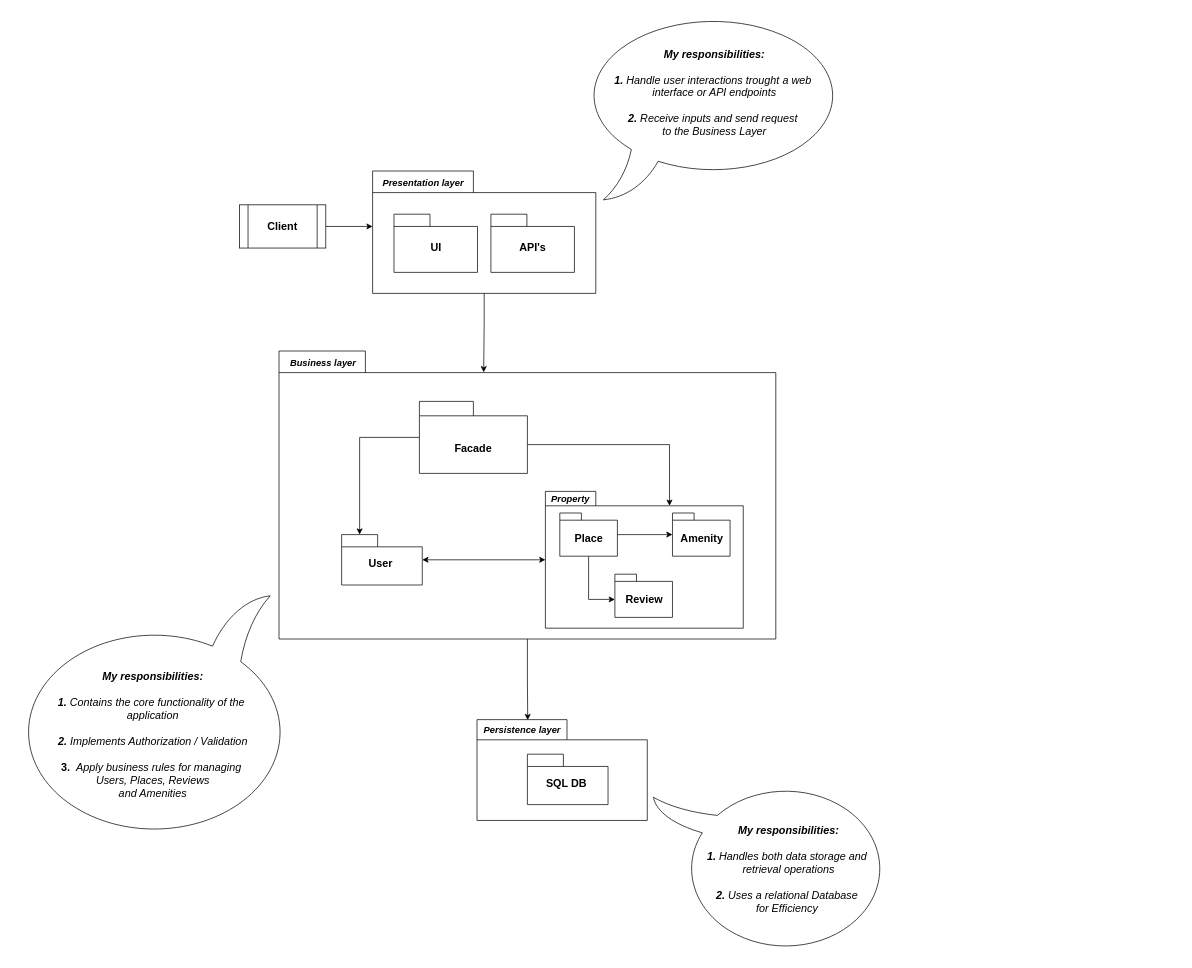
Above: HBnB Evolution - Package Diagram.drawio in JacobsDevs/HBnB_evolution (draw.io), before the change. Source tidied: cells renumbered, new cells numbered last; positions are measured from the earlier drawing's top-left corner, leaving out a move shared by most shapes. Both pictures are drawn from the tidied source at 72%, with x=0, y=0 at pixel (12, 12).
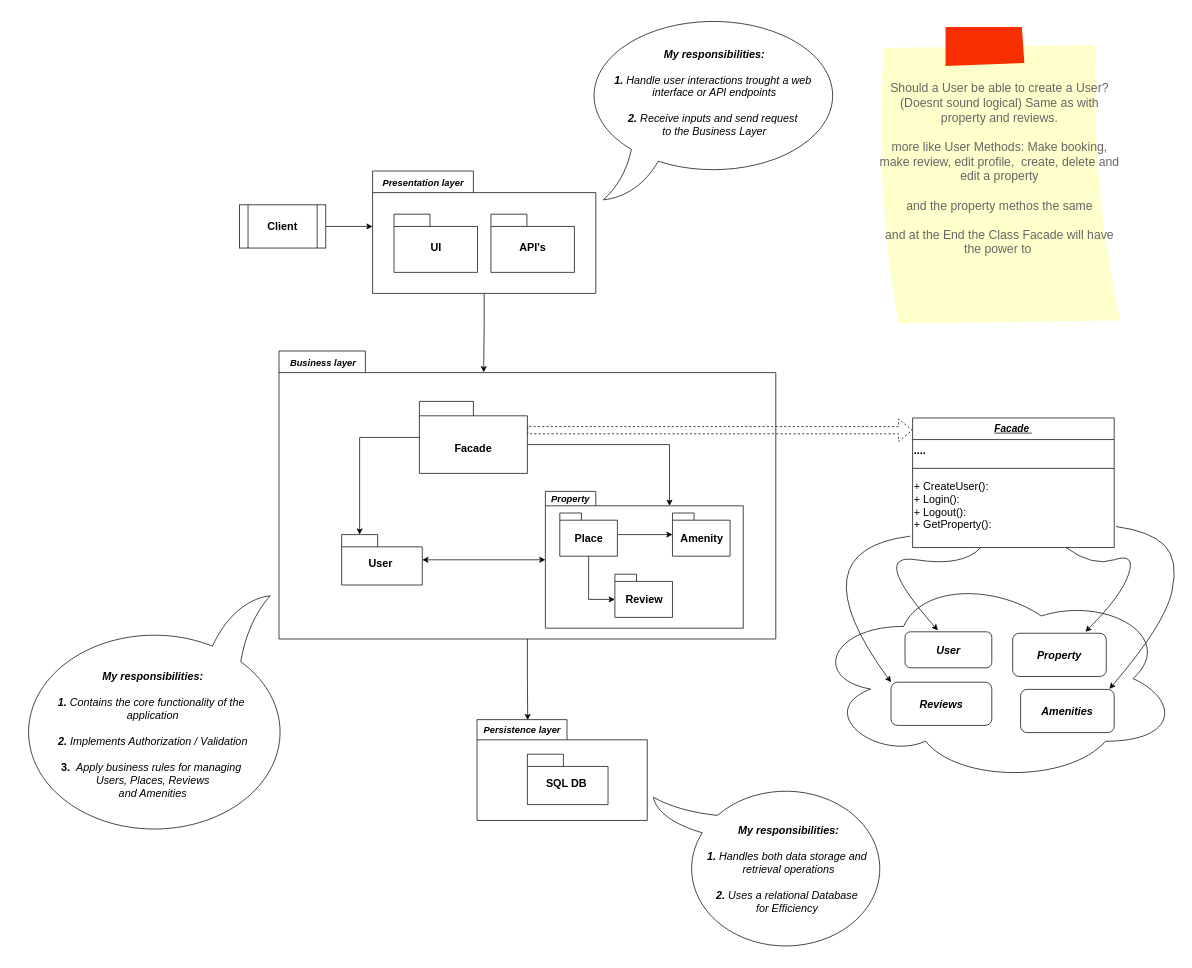
Above is the later version.

Commit message:
Update HBnB Evolution - Facade Class

Change to the diagram source:
```diff
@@
-    <mxCell id="28" style="shape=folder;fontStyle=1;tabWidth=75;tabHeight=20;tabPosition=left;html=1;boundedLbl=1;labelInHeader=1;whiteSpace=wrap;" parent="1" vertex="1">
-      <mxGeometry x="565" y="540" width="150" height="100" as="geometry" />
-    </mxCell>
-    <mxCell id="29" value="&lt;b style=&quot;text-wrap-mode: nowrap;&quot;&gt;&lt;font style=&quot;font-size: 15px;&quot; face=&quot;Helvetica&quot;&gt;Facade&lt;/font&gt;&lt;/b&gt;" style="html=1;strokeColor=none;fillColor=none;whiteSpace=wrap;" parent="28" vertex="1">
-      <mxGeometry width="150" height="70" relative="1" as="geometry">
-        <mxPoint y="30" as="offset" />
-      </mxGeometry>
-    </mxCell>
@@
+    <mxCell id="36" style="shape=flexArrow;endArrow=classic;html=1;rounded=0;dashed=1;exitX=0;exitY=0;exitDx=150;exitDy=40;exitPerimeter=0;" parent="1" edge="1" source="28">
+      <mxGeometry relative="1" as="geometry">
+        <mxPoint x="1250" y="580" as="targetPoint" />
+      </mxGeometry>
+    </mxCell>
+    <mxCell id="28" style="shape=folder;fontStyle=1;tabWidth=75;tabHeight=20;tabPosition=left;html=1;boundedLbl=1;labelInHeader=1;whiteSpace=wrap;" parent="1" vertex="1">
+      <mxGeometry x="565" y="540" width="150" height="100" as="geometry" />
+    </mxCell>
+    <mxCell id="29" value="&lt;b style=&quot;text-wrap-mode: nowrap;&quot;&gt;&lt;font style=&quot;font-size: 15px;&quot; face=&quot;Helvetica&quot;&gt;Facade&lt;/font&gt;&lt;/b&gt;" style="html=1;strokeColor=none;fillColor=none;whiteSpace=wrap;" parent="28" vertex="1">
+      <mxGeometry width="150" height="70" relative="1" as="geometry">
+        <mxPoint y="30" as="offset" />
+      </mxGeometry>
+    </mxCell>
+    <mxCell id="37" value="&lt;font style=&quot;font-size: 14px;&quot;&gt;&lt;b&gt;&lt;i&gt;Facade&amp;nbsp;&lt;/i&gt;&lt;/b&gt;&lt;/font&gt;" style="swimlane;fontStyle=4;align=center;verticalAlign=top;horizontal=1;startSize=30;html=1;whiteSpace=wrap;" parent="1" vertex="1">
+      <mxGeometry x="1250" y="563" width="280" height="180" as="geometry" />
+    </mxCell>
+    <mxCell id="38" value="&lt;font style=&quot;font-size: 15px;&quot;&gt;&lt;b&gt;....&lt;/b&gt;&lt;/font&gt;" style="text;html=1;align=left;verticalAlign=middle;strokeColor=none;fillColor=none;" parent="37" vertex="1">
+      <mxGeometry y="30" width="280" height="30" as="geometry" />
+    </mxCell>
+    <mxCell id="39" style="line;strokeWidth=1;fillColor=none;align=left;verticalAlign=middle;spacingTop=-1;spacingLeft=3;spacingRight=3;labelPosition=right;" parent="37" vertex="1">
+      <mxGeometry y="60" width="280" height="20" as="geometry" />
+    </mxCell>
+    <mxCell id="40" value="&lt;font style=&quot;font-size: 15px;&quot;&gt;+ CreateUser():&lt;/font&gt;&lt;div&gt;&lt;span style=&quot;font-size: 15px;&quot;&gt;+ Login():&lt;/span&gt;&lt;/div&gt;&lt;div&gt;&lt;span style=&quot;font-size: 15px;&quot;&gt;+ Logout():&lt;br&gt;&lt;/span&gt;&lt;div&gt;&lt;font style=&quot;font-size: 15px;&quot;&gt;+ GetProperty():&lt;/font&gt;&lt;/div&gt;&lt;div&gt;&lt;font style=&quot;font-size: 15px;&quot;&gt;&lt;br&gt;&lt;/font&gt;&lt;/div&gt;&lt;/div&gt;" style="text;html=1;align=left;verticalAlign=middle;points=[];strokeColor=none;fillColor=none;" parent="37" vertex="1">
+      <mxGeometry y="80" width="280" height="100" as="geometry" />
+    </mxCell>
+    <mxCell id="41" value="Should a User be able to create a User? (Doesnt sound logical) Same as with property and reviews.&lt;div&gt;&lt;br&gt;&lt;/div&gt;&lt;div&gt;more like User Methods: Make booking, make review, edit profile,&amp;nbsp; create, delete and edit a property&lt;/div&gt;&lt;div&gt;&lt;br&gt;&lt;/div&gt;&lt;div&gt;and the property methos the same&lt;/div&gt;&lt;div&gt;&lt;br&gt;&lt;/div&gt;&lt;div&gt;and at the End the Class Facade will have the power to&amp;nbsp;&lt;br&gt;&lt;br&gt;&lt;/div&gt;" style="strokeWidth=1;shadow=0;dashed=0;align=center;html=1;shape=mxgraph.mockup.text.stickyNote2;fontColor=#666666;mainText=;fontSize=17;whiteSpace=wrap;fillColor=#ffffcc;strokeColor=#F62E00;" parent="1" vertex="1">
+      <mxGeometry x="1200" y="20" width="342" height="416" as="geometry" />
+    </mxCell>
+    <mxCell id="42" style="ellipse;shape=cloud;whiteSpace=wrap;html=1;" parent="1" vertex="1">
+      <mxGeometry x="1110" y="780" width="510" height="290" as="geometry" />
+    </mxCell>
+    <mxCell id="43" style="curved=1;endArrow=classic;html=1;rounded=0;entryX=0.378;entryY=-0.04;entryDx=0;entryDy=0;entryPerimeter=0;" parent="1" edge="1" source="40" target="44">
+      <mxGeometry relative="1" as="geometry">
+        <Array as="points">
+          <mxPoint x="1320" y="770" />
+          <mxPoint x="1190" y="750" />
+        </Array>
+      </mxGeometry>
+    </mxCell>
+    <mxCell id="44" style="rounded=1;whiteSpace=wrap;html=1;" parent="1" vertex="1">
+      <mxGeometry x="1239.5" y="860" width="120.5" height="50" as="geometry" />
+    </mxCell>
+    <mxCell id="45" style="rounded=1;whiteSpace=wrap;html=1;fontStyle=1;" parent="1" vertex="1">
+      <mxGeometry x="1220" y="930" width="140" height="60" as="geometry" />
+    </mxCell>
+    <mxCell id="46" style="rounded=1;whiteSpace=wrap;html=1;" parent="1" vertex="1">
+      <mxGeometry x="1400" y="940" width="130" height="60" as="geometry" />
+    </mxCell>
+    <mxCell id="47" value="&lt;font style=&quot;font-size: 15px;&quot;&gt;&lt;b style=&quot;&quot;&gt;&lt;i style=&quot;&quot;&gt;Property&lt;/i&gt;&lt;/b&gt;&lt;/font&gt;" style="rounded=1;whiteSpace=wrap;html=1;" parent="1" vertex="1">
+      <mxGeometry x="1389" y="862" width="130" height="60" as="geometry" />
+    </mxCell>
+    <mxCell id="48" value="&lt;b&gt;&lt;i&gt;&lt;font style=&quot;font-size: 15px;&quot;&gt;User&lt;/font&gt;&lt;/i&gt;&lt;/b&gt;" style="text;html=1;align=center;verticalAlign=middle;whiteSpace=wrap;rounded=0;" parent="1" vertex="1">
+      <mxGeometry x="1269.8" y="870" width="60" height="30" as="geometry" />
+    </mxCell>
+    <mxCell id="49" value="&lt;b&gt;&lt;i&gt;&lt;font style=&quot;font-size: 15px;&quot;&gt;Reviews&lt;/font&gt;&lt;/i&gt;&lt;/b&gt;" style="text;html=1;align=center;verticalAlign=middle;whiteSpace=wrap;rounded=0;" parent="1" vertex="1">
+      <mxGeometry x="1260" y="945" width="60" height="30" as="geometry" />
+    </mxCell>
+    <mxCell id="50" value="&lt;b&gt;&lt;i&gt;&lt;font style=&quot;font-size: 15px;&quot;&gt;Amenities&lt;/font&gt;&lt;/i&gt;&lt;/b&gt;" style="text;html=1;align=center;verticalAlign=middle;whiteSpace=wrap;rounded=0;" parent="1" vertex="1">
+      <mxGeometry x="1435" y="955" width="60" height="30" as="geometry" />
+    </mxCell>
+    <mxCell id="51" style="curved=1;endArrow=classic;html=1;rounded=0;entryX=0;entryY=0;entryDx=0;entryDy=0;exitX=-0.012;exitY=0.842;exitDx=0;exitDy=0;exitPerimeter=0;" parent="1" edge="1" source="40" target="45">
+      <mxGeometry relative="1" as="geometry">
+        <Array as="points">
+          <mxPoint x="1086" y="747" />
+        </Array>
+      </mxGeometry>
+    </mxCell>
+    <mxCell id="52" style="curved=1;endArrow=classic;html=1;rounded=0;entryX=0.949;entryY=-0.012;entryDx=0;entryDy=0;exitX=1.009;exitY=0.708;exitDx=0;exitDy=0;exitPerimeter=0;entryPerimeter=0;" parent="1" edge="1" source="40" target="46">
+      <mxGeometry relative="1" as="geometry">
+        <Array as="points">
+          <mxPoint x="1580" y="720" />
+          <mxPoint x="1620" y="760" />
+          <mxPoint x="1600" y="850" />
+        </Array>
+      </mxGeometry>
+    </mxCell>
+    <mxCell id="53" style="curved=1;endArrow=classic;html=1;rounded=0;exitX=1.009;exitY=0.708;exitDx=0;exitDy=0;exitPerimeter=0;" parent="1" edge="1">
+      <mxGeometry relative="1" as="geometry">
+        <mxPoint x="1463" y="743" as="sourcePoint" />
+        <mxPoint x="1490" y="860" as="targetPoint" />
+        <Array as="points">
+          <mxPoint x="1500" y="770" />
+          <mxPoint x="1560" y="750" />
+          <mxPoint x="1540" y="810" />
+        </Array>
+      </mxGeometry>
+    </mxCell>
```
